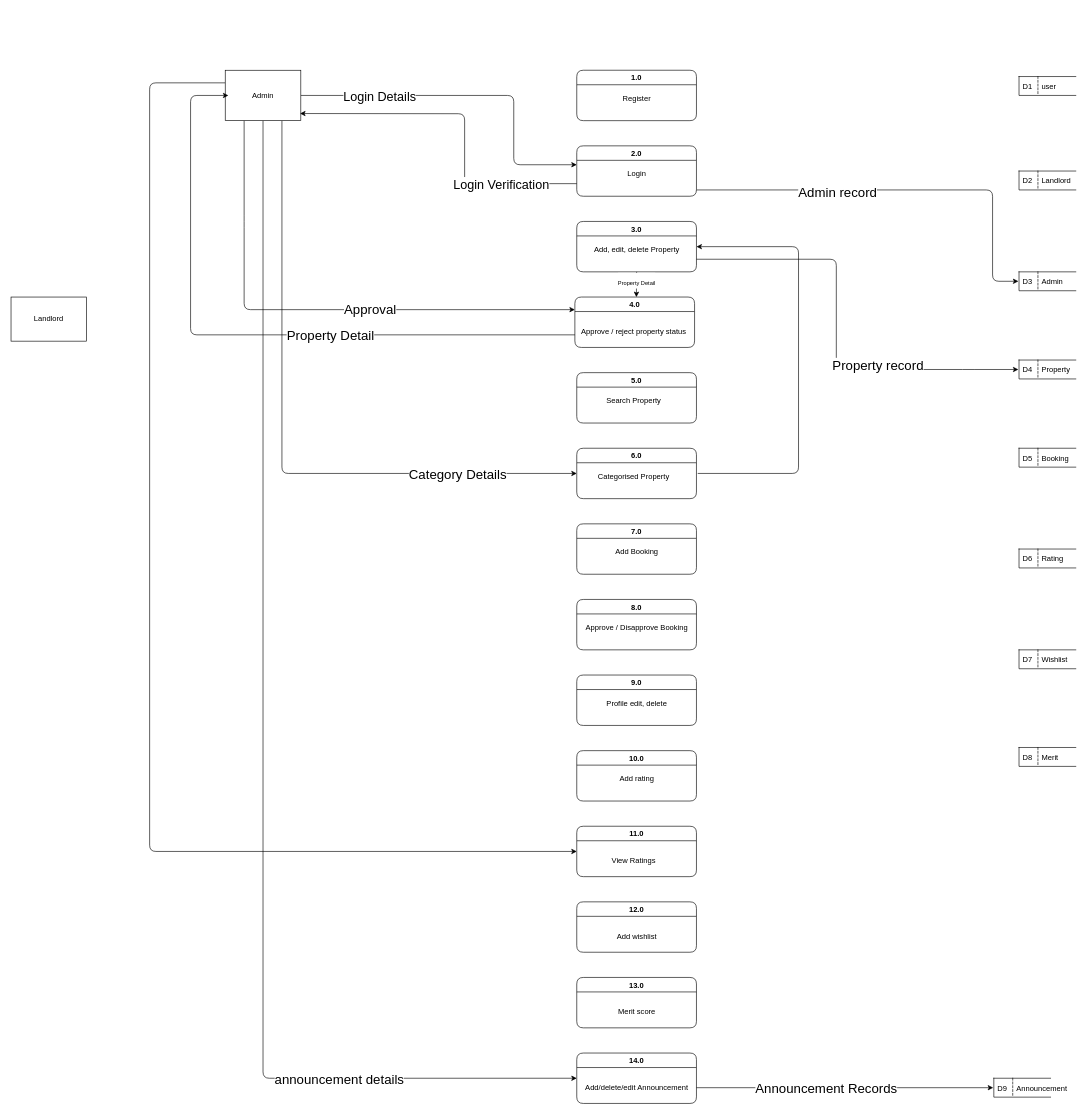
This is DFD FYP/DFD FYP.drawio from SNOW15782/Fyp, a draw.io file, before an edit. Source tidied: cells renumbered, new cells numbered last; positions are measured from the earlier drawing's top-left corner, leaving out a move shared by most shapes. Both pictures are drawn from the tidied source at 63%, with x=0, y=0 at pixel (11, 70).
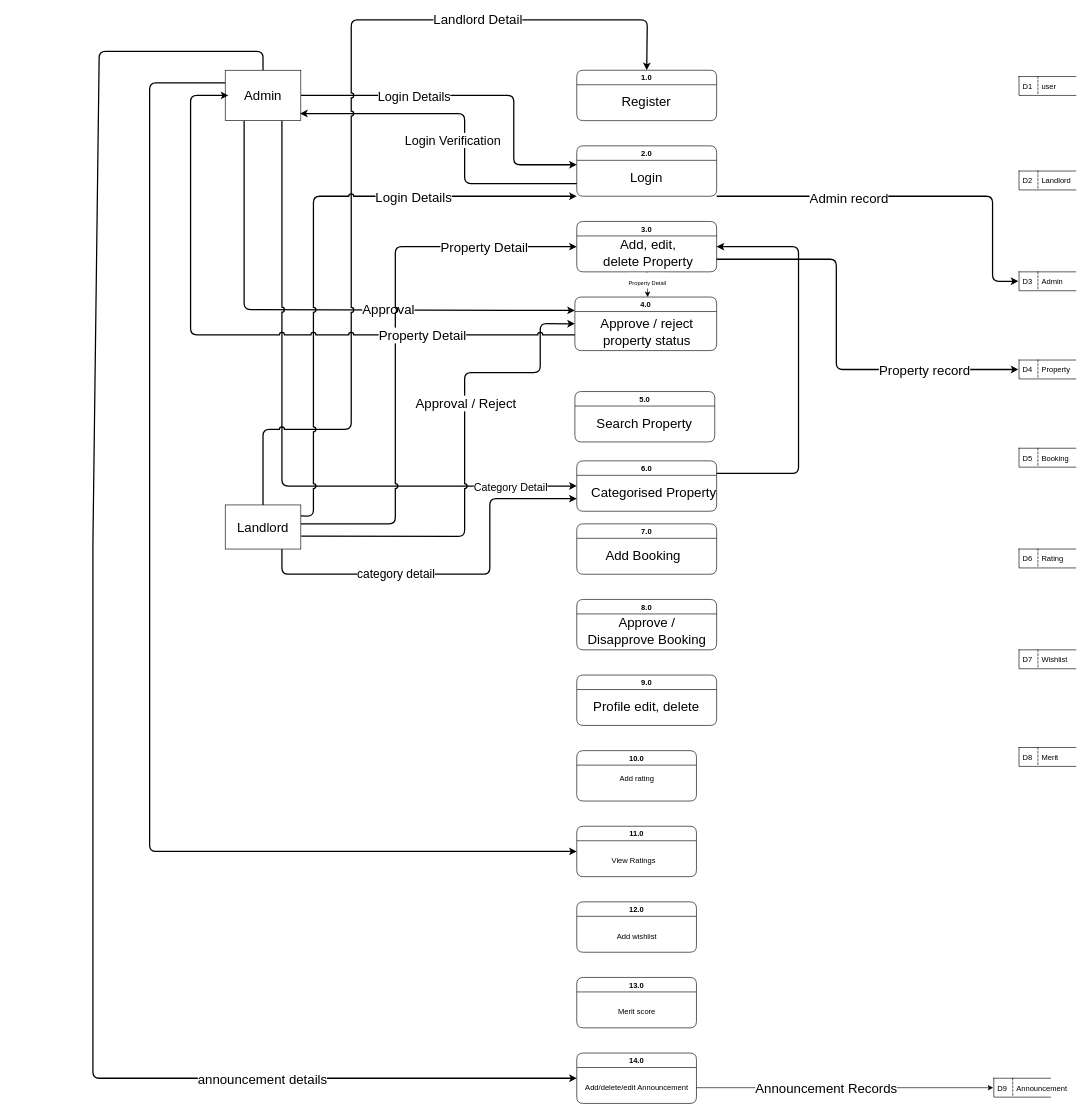
The same diagram, later.

The change refers to these unchanged cells:
```xml
<mxCell id="36" value="11.0" style="swimlane;startSize=23;rounded=1;" parent="1" vertex="1">
  <mxGeometry x="898" y="1200" width="190" height="80" as="geometry" />
</mxCell>
<mxCell id="50" value="14.0" style="swimlane;startSize=23;rounded=1;" parent="1" vertex="1">
  <mxGeometry x="898" y="1560" width="190" height="80" as="geometry" />
</mxCell>
<mxCell id="58" value="Admin" style="shape=partialRectangle;fillColor=none;align=left;verticalAlign=middle;strokeColor=default;spacingLeft=34;points=[[0,0.5],[1,0.5]];portConstraint=eastwest;strokeWidth=1;perimeterSpacing=1;right=0;" parent="1" vertex="1">
  <mxGeometry x="1600" y="320" width="90" height="30" as="geometry" />
</mxCell>
<mxCell id="60" value="Property" style="shape=partialRectangle;fillColor=none;align=left;verticalAlign=middle;strokeColor=default;spacingLeft=34;points=[[0,0.5],[1,0.5]];portConstraint=eastwest;strokeWidth=1;perimeterSpacing=1;right=0;" parent="1" vertex="1">
  <mxGeometry x="1600" y="460" width="90" height="30" as="geometry" />
</mxCell>
```

The edit, as a diff of the source:
```diff
@@
-    <mxCell id="2" style="edgeStyle=none;html=1;fontSize=20;exitX=1;exitY=0.5;exitDx=0;exitDy=0;" parent="1" edge="1" source="11">
+    <mxCell id="2" style="edgeStyle=none;html=1;fontSize=20;exitX=1;exitY=0.5;exitDx=0;exitDy=0;strokeWidth=2;" parent="1" edge="1" source="11">
       <mxGeometry relative="1" as="geometry">
         <mxPoint x="898" y="150" as="targetPoint" />
         <Array as="points">
           <mxPoint x="798" y="40" />
           <mxPoint x="798" y="150" />
         </Array>
       </mxGeometry>
     </mxCell>
     <mxCell id="3" value="&lt;font style=&quot;font-size: 20px;&quot;&gt;Login Details&lt;/font&gt;" style="edgeLabel;html=1;align=center;verticalAlign=middle;fontSize=20;" parent="2" vertex="1">
       <mxGeometry x="-0.48" y="3" relative="1" as="geometry">
-        <mxPoint x="-18" y="3" as="offset" />
+        <mxPoint x="37" y="3" as="offset" />
       </mxGeometry>
     </mxCell>
-    <mxCell id="4" style="edgeStyle=none;html=1;fontSize=21;exitX=0.25;exitY=1;exitDx=0;exitDy=0;entryX=0;entryY=0.25;entryDx=0;entryDy=0;" parent="1" edge="1" source="11" target="26">
+    <mxCell id="4" style="edgeStyle=none;html=1;fontSize=21;exitX=0.25;exitY=1;exitDx=0;exitDy=0;entryX=0;entryY=0.25;entryDx=0;entryDy=0;jumpStyle=arc;strokeWidth=2;" parent="1" edge="1" source="11" target="26">
       <mxGeometry relative="1" as="geometry">
         <Array as="points">
           <mxPoint x="370" y="240" />
           <mxPoint x="370" y="380" />
         </Array>
       </mxGeometry>
     </mxCell>
     <mxCell id="5" value="Approval" style="edgeLabel;html=1;align=center;verticalAlign=middle;fontSize=21;" parent="4" vertex="1">
-      <mxGeometry x="0.21" y="2" relative="1" as="geometry" />
+      <mxGeometry x="0.21" y="2" relative="1" as="geometry">
+        <mxPoint x="29" as="offset" />
+      </mxGeometry>
     </mxCell>
-    <mxCell id="6" style="edgeStyle=none;html=1;entryX=0;entryY=0.5;entryDx=0;entryDy=0;fontSize=21;exitX=0.5;exitY=1;exitDx=0;exitDy=0;" parent="1" edge="1" source="11" target="50">
+    <mxCell id="6" style="edgeStyle=none;html=1;entryX=0;entryY=0.5;entryDx=0;entryDy=0;fontSize=21;exitX=0.5;exitY=0;exitDx=0;exitDy=0;strokeWidth=2;" parent="1" edge="1" source="11" target="50">
       <mxGeometry relative="1" as="geometry">
         <Array as="points">
+          <mxPoint x="400" y="-30" />
+          <mxPoint x="140" y="-30" />
+          <mxPoint x="130" y="750" />
+          <mxPoint x="130" y="1600" />
           <mxPoint x="400" y="1600" />
         </Array>
       </mxGeometry>
     </mxCell>
@@
-    <mxCell id="8" style="edgeStyle=none;html=1;entryX=0;entryY=0.5;entryDx=0;entryDy=0;fontSize=21;" parent="1" edge="1" target="52">
+    <mxCell id="8" style="edgeStyle=none;html=1;entryX=0;entryY=0.5;entryDx=0;entryDy=0;fontSize=21;jumpStyle=arc;strokeWidth=2;" parent="1" edge="1" target="52">
       <mxGeometry relative="1" as="geometry">
         <mxPoint x="430" y="80" as="sourcePoint" />
         <Array as="points">
-          <mxPoint x="430" y="640" />
+          <mxPoint x="430" y="660" />
         </Array>
       </mxGeometry>
     </mxCell>
-    <mxCell id="9" value="Category Details" style="edgeLabel;html=1;align=center;verticalAlign=middle;fontSize=21;" parent="8" vertex="1">
-      <mxGeometry x="0.63" relative="1" as="geometry" />
+    <mxCell id="9" value="&lt;font style=&quot;font-size: 17px;&quot;&gt;Category Detail&lt;/font&gt;" style="edgeLabel;html=1;align=center;verticalAlign=middle;fontSize=21;" parent="8" vertex="1">
+      <mxGeometry x="0.63" relative="1" as="geometry">
+        <mxPoint x="88" as="offset" />
+      </mxGeometry>
     </mxCell>
-    <mxCell id="10" style="edgeStyle=none;html=1;entryX=0;entryY=0.5;entryDx=0;entryDy=0;fontSize=21;startArrow=none;startFill=0;endArrow=classic;endFill=1;exitX=0;exitY=0.25;exitDx=0;exitDy=0;" parent="1" edge="1" source="11" target="36">
+    <mxCell id="10" style="edgeStyle=none;html=1;entryX=0;entryY=0.5;entryDx=0;entryDy=0;fontSize=21;startArrow=none;startFill=0;endArrow=classic;endFill=1;exitX=0;exitY=0.25;exitDx=0;exitDy=0;strokeWidth=2;" parent="1" edge="1" source="11" target="36">
       <mxGeometry relative="1" as="geometry">
         <Array as="points">
           <mxPoint x="220" y="20" />
           <mxPoint x="220" y="1240" />
         </Array>
       </mxGeometry>
     </mxCell>
-    <mxCell id="11" value="Admin" style="rounded=0;whiteSpace=wrap;html=1;" parent="1" vertex="1">
+    <mxCell id="11" value="&lt;font style=&quot;font-size: 21px;&quot;&gt;Admin&lt;/font&gt;" style="rounded=0;whiteSpace=wrap;html=1;" parent="1" vertex="1">
       <mxGeometry x="340" width="120" height="80" as="geometry" />
     </mxCell>
     <mxCell id="12" value="1.0" style="swimlane;startSize=23;rounded=1;" parent="1" vertex="1">
-      <mxGeometry x="898" width="190" height="80" as="geometry" />
+      <mxGeometry x="898" width="222" height="80" as="geometry" />
     </mxCell>
-    <mxCell id="13" value="Register" style="text;html=1;align=center;verticalAlign=middle;strokeColor=none;fillColor=none;rotation=0;" parent="12" vertex="1">
-      <mxGeometry x="60" y="30" width="70" height="30" as="geometry" />
+    <mxCell id="13" value="&lt;font style=&quot;font-size: 21px;&quot;&gt;Register&lt;/font&gt;" style="text;html=1;align=center;verticalAlign=middle;strokeColor=none;fillColor=none;rotation=0;" parent="12" vertex="1">
+      <mxGeometry x="59.5" y="30" width="100" height="40" as="geometry" />
     </mxCell>
@@
-    <mxCell id="18" style="edgeStyle=none;html=1;entryX=0.99;entryY=0.859;entryDx=0;entryDy=0;fontSize=20;exitX=0;exitY=0.75;exitDx=0;exitDy=0;entryPerimeter=0;" parent="1" edge="1" source="20" target="11">
+    <mxCell id="18" style="edgeStyle=none;html=1;entryX=0.99;entryY=0.859;entryDx=0;entryDy=0;fontSize=20;exitX=0;exitY=0.75;exitDx=0;exitDy=0;entryPerimeter=0;strokeWidth=2;" parent="1" edge="1" source="20" target="11">
       <mxGeometry relative="1" as="geometry">
         <Array as="points">
           <mxPoint x="720" y="180" />
           <mxPoint x="720" y="69" />
         </Array>
       </mxGeometry>
     </mxCell>
     <mxCell id="19" value="Login Verification" style="edgeLabel;html=1;align=center;verticalAlign=middle;fontSize=20;" parent="18" vertex="1">
       <mxGeometry x="-0.53" y="-2" relative="1" as="geometry">
-        <mxPoint x="8" y="2" as="offset" />
+        <mxPoint x="-69" y="-68" as="offset" />
       </mxGeometry>
     </mxCell>
     <mxCell id="20" value="2.0" style="swimlane;startSize=23;rounded=1;" parent="1" vertex="1">
-      <mxGeometry x="898" y="120" width="190" height="80" as="geometry" />
+      <mxGeometry x="898" y="120" width="222" height="80" as="geometry" />
     </mxCell>
-    <mxCell id="21" value="Login" style="text;html=1;align=center;verticalAlign=middle;strokeColor=none;fillColor=none;rotation=0;" parent="20" vertex="1">
-      <mxGeometry x="70" y="30" width="50" height="30" as="geometry" />
+    <mxCell id="21" value="&lt;font style=&quot;font-size: 21px;&quot;&gt;Login&lt;/font&gt;" style="text;html=1;align=center;verticalAlign=middle;strokeColor=none;fillColor=none;rotation=0;" parent="20" vertex="1">
+      <mxGeometry x="74.5" y="30" width="70" height="40" as="geometry" />
     </mxCell>
-    <mxCell id="22" style="edgeStyle=none;html=1;entryX=0;entryY=0.5;entryDx=0;entryDy=0;fontSize=21;startArrow=none;startFill=0;endArrow=classic;endFill=1;exitX=1;exitY=0.75;exitDx=0;exitDy=0;" parent="1" edge="1" source="24" target="60">
+    <mxCell id="22" style="edgeStyle=none;html=1;entryX=0;entryY=0.5;entryDx=0;entryDy=0;fontSize=21;startArrow=none;startFill=0;endArrow=classic;endFill=1;exitX=1;exitY=0.75;exitDx=0;exitDy=0;strokeWidth=2;" parent="1" edge="1" source="24" target="60">
       <mxGeometry relative="1" as="geometry">
         <Array as="points">
           <mxPoint x="1310" y="300" />
           <mxPoint x="1310" y="475" />
           <mxPoint x="1520" y="475" />
         </Array>
       </mxGeometry>
     </mxCell>
     <mxCell id="23" value="Property record" style="edgeLabel;html=1;align=center;verticalAlign=middle;fontSize=21;" parent="22" vertex="1">
       <mxGeometry x="0.35" y="7" relative="1" as="geometry">
-        <mxPoint x="-1" as="offset" />
+        <mxPoint x="63" y="7" as="offset" />
       </mxGeometry>
     </mxCell>
     <mxCell id="24" value="3.0" style="swimlane;startSize=23;rounded=1;" parent="1" vertex="1">
-      <mxGeometry x="898" y="240" width="190" height="80" as="geometry" />
+      <mxGeometry x="898" y="240" width="222" height="80" as="geometry" />
     </mxCell>
-    <mxCell id="25" value="Add, edit, delete Property" style="text;html=1;align=center;verticalAlign=middle;strokeColor=none;fillColor=none;rotation=0;" parent="24" vertex="1">
-      <mxGeometry x="15" y="30" width="160" height="30" as="geometry" />
+    <mxCell id="25" value="&lt;font style=&quot;font-size: 21px;&quot;&gt;Add, edit, &lt;br&gt;delete Property&lt;/font&gt;" style="text;html=1;align=center;verticalAlign=middle;strokeColor=none;fillColor=none;rotation=0;" parent="24" vertex="1">
+      <mxGeometry x="27.5" y="20" width="170" height="60" as="geometry" />
     </mxCell>
     <mxCell id="26" value="4.0" style="swimlane;startSize=23;rounded=1;" parent="1" vertex="1">
-      <mxGeometry x="895" y="360" width="190" height="80" as="geometry" />
+      <mxGeometry x="895" y="360" width="225" height="85" as="geometry" />
     </mxCell>
-    <mxCell id="27" value="Approve / reject property status" style="text;html=1;align=center;verticalAlign=middle;strokeColor=none;fillColor=none;rotation=0;" parent="26" vertex="1">
-      <mxGeometry x="-2" y="40" width="190" height="30" as="geometry" />
+    <mxCell id="27" value="&lt;font style=&quot;font-size: 21px;&quot;&gt;Approve / reject &lt;br&gt;property status&lt;/font&gt;" style="text;html=1;align=center;verticalAlign=middle;strokeColor=none;fillColor=none;rotation=0;" parent="26" vertex="1">
+      <mxGeometry x="29" y="25" width="170" height="60" as="geometry" />
     </mxCell>
     <mxCell id="28" value="5.0" style="swimlane;startSize=23;rounded=1;" parent="1" vertex="1">
-      <mxGeometry x="898" y="480" width="190" height="80" as="geometry" />
+      <mxGeometry x="895" y="510" width="222" height="80" as="geometry" />
     </mxCell>
-    <mxCell id="29" value="Search Property" style="text;html=1;align=center;verticalAlign=middle;strokeColor=none;fillColor=none;rotation=0;" parent="28" vertex="1">
-      <mxGeometry x="35" y="30" width="110" height="30" as="geometry" />
+    <mxCell id="29" value="&lt;font style=&quot;font-size: 21px;&quot;&gt;Search Property&lt;/font&gt;" style="text;html=1;align=center;verticalAlign=middle;strokeColor=none;fillColor=none;rotation=0;" parent="28" vertex="1">
+      <mxGeometry x="19.5" y="30" width="180" height="40" as="geometry" />
     </mxCell>
     <mxCell id="30" value="8.0" style="swimlane;startSize=23;rounded=1;" parent="1" vertex="1">
-      <mxGeometry x="898" y="840" width="190" height="80" as="geometry" />
+      <mxGeometry x="898" y="840" width="222" height="80" as="geometry" />
     </mxCell>
-    <mxCell id="31" value="Approve / Disapprove Booking" style="text;html=1;align=center;verticalAlign=middle;strokeColor=none;fillColor=none;rotation=0;" parent="30" vertex="1">
-      <mxGeometry y="30" width="190" height="30" as="geometry" />
+    <mxCell id="31" value="&lt;font style=&quot;font-size: 21px;&quot;&gt;Approve / &lt;br&gt;Disapprove Booking&lt;/font&gt;" style="text;html=1;align=center;verticalAlign=middle;strokeColor=none;fillColor=none;rotation=0;" parent="30" vertex="1">
+      <mxGeometry x="6" y="20" width="210" height="60" as="geometry" />
     </mxCell>
     <mxCell id="32" value="9.0" style="swimlane;startSize=23;rounded=1;" parent="1" vertex="1">
-      <mxGeometry x="898" y="960" width="190" height="80" as="geometry" />
+      <mxGeometry x="898" y="960" width="222" height="80" as="geometry" />
     </mxCell>
-    <mxCell id="33" value="Profile edit, delete" style="text;html=1;align=center;verticalAlign=middle;strokeColor=none;fillColor=none;rotation=0;" parent="32" vertex="1">
-      <mxGeometry x="35" y="30" width="120" height="30" as="geometry" />
+    <mxCell id="33" value="&lt;font style=&quot;font-size: 21px;&quot;&gt;Profile edit, delete&lt;/font&gt;" style="text;html=1;align=center;verticalAlign=middle;strokeColor=none;fillColor=none;rotation=0;" parent="32" vertex="1">
+      <mxGeometry x="14.5" y="30" width="190" height="40" as="geometry" />
     </mxCell>
@@
     <mxCell id="52" value="6.0" style="swimlane;startSize=23;rounded=1;" parent="1" vertex="1">
-      <mxGeometry x="898" y="600" width="190" height="80" as="geometry" />
+      <mxGeometry x="898" y="620" width="222" height="80" as="geometry" />
     </mxCell>
-    <mxCell id="53" value="Categorised Property" style="text;html=1;align=center;verticalAlign=middle;strokeColor=none;fillColor=none;rotation=0;" parent="52" vertex="1">
-      <mxGeometry x="20" y="30" width="140" height="30" as="geometry" />
+    <mxCell id="53" value="&lt;font style=&quot;font-size: 21px;&quot;&gt;Categorised Property&lt;/font&gt;" style="text;html=1;align=center;verticalAlign=middle;strokeColor=none;fillColor=none;rotation=0;" parent="52" vertex="1">
+      <mxGeometry x="12" y="30" width="220" height="40" as="geometry" />
     </mxCell>
     <mxCell id="54" value="7.0" style="swimlane;startSize=23;rounded=1;" parent="1" vertex="1">
-      <mxGeometry x="898" y="720" width="190" height="80" as="geometry" />
+      <mxGeometry x="898" y="720" width="222" height="80" as="geometry" />
     </mxCell>
-    <mxCell id="55" value="Add Booking" style="text;html=1;align=center;verticalAlign=middle;strokeColor=none;fillColor=none;rotation=0;" parent="54" vertex="1">
-      <mxGeometry x="50" y="30" width="90" height="30" as="geometry" />
+    <mxCell id="55" value="&lt;font style=&quot;font-size: 21px;&quot;&gt;Add Booking&lt;/font&gt;" style="text;html=1;align=center;verticalAlign=middle;strokeColor=none;fillColor=none;rotation=0;" parent="54" vertex="1">
+      <mxGeometry x="35" y="30" width="140" height="40" as="geometry" />
     </mxCell>
-    <mxCell id="56" style="edgeStyle=none;html=1;exitX=0;exitY=0.5;exitDx=0;exitDy=0;startArrow=classic;startFill=1;endArrow=none;endFill=0;" parent="1" edge="1" source="58">
+    <mxCell id="56" style="edgeStyle=none;html=1;exitX=0;exitY=0.5;exitDx=0;exitDy=0;startArrow=classic;startFill=1;endArrow=none;endFill=0;entryX=1;entryY=1;entryDx=0;entryDy=0;strokeWidth=2;" parent="1" edge="1" source="58" target="20">
       <mxGeometry relative="1" as="geometry">
-        <mxPoint x="1088" y="190" as="targetPoint" />
         <Array as="points">
           <mxPoint x="1558" y="335" />
-          <mxPoint x="1558" y="190" />
+          <mxPoint x="1558" y="200" />
         </Array>
       </mxGeometry>
     </mxCell>
@@
+    <mxCell id="72" style="edgeStyle=none;html=1;entryX=0.5;entryY=0;entryDx=0;entryDy=0;exitX=0.5;exitY=0;exitDx=0;exitDy=0;jumpStyle=arc;strokeWidth=2;" parent="1" edge="1" source="64" target="12">
+      <mxGeometry relative="1" as="geometry">
+        <Array as="points">
+          <mxPoint x="400" y="570" />
+          <mxPoint x="540" y="570" />
+          <mxPoint x="540" y="-80" />
+          <mxPoint x="1010" y="-80" />
+        </Array>
+      </mxGeometry>
+    </mxCell>
+    <mxCell id="73" value="&lt;font style=&quot;font-size: 21px;&quot;&gt;Landlord Detail&lt;/font&gt;" style="edgeLabel;html=1;align=center;verticalAlign=middle;" parent="72" vertex="1">
+      <mxGeometry x="0.52" y="2" relative="1" as="geometry" />
+    </mxCell>
+    <mxCell id="74" style="edgeStyle=none;jumpStyle=arc;html=1;entryX=0;entryY=1;entryDx=0;entryDy=0;fontSize=21;exitX=1;exitY=0.25;exitDx=0;exitDy=0;strokeWidth=2;" parent="1" edge="1" source="64" target="20">
+      <mxGeometry relative="1" as="geometry">
+        <Array as="points">
+          <mxPoint x="480" y="708" />
+          <mxPoint x="480" y="200" />
+        </Array>
+      </mxGeometry>
+    </mxCell>
+    <mxCell id="75" value="Login Details" style="edgeLabel;html=1;align=center;verticalAlign=middle;fontSize=21;" parent="74" vertex="1">
+      <mxGeometry x="0.38" y="-1" relative="1" as="geometry">
+        <mxPoint x="34" y="-1" as="offset" />
+      </mxGeometry>
+    </mxCell>
+    <mxCell id="76" style="edgeStyle=none;jumpStyle=arc;html=1;entryX=0;entryY=0.5;entryDx=0;entryDy=0;strokeWidth=2;fontSize=21;exitX=1.002;exitY=0.429;exitDx=0;exitDy=0;exitPerimeter=0;" parent="1" edge="1" source="64" target="24">
+      <mxGeometry relative="1" as="geometry">
+        <Array as="points">
+          <mxPoint x="610" y="720" />
+          <mxPoint x="610" y="280" />
+        </Array>
+      </mxGeometry>
+    </mxCell>
+    <mxCell id="77" value="Property Detail" style="edgeLabel;html=1;align=center;verticalAlign=middle;fontSize=21;" parent="76" vertex="1">
+      <mxGeometry x="0.56" y="-3" relative="1" as="geometry">
+        <mxPoint x="45" y="-3" as="offset" />
+      </mxGeometry>
+    </mxCell>
+    <mxCell id="78" style="edgeStyle=none;jumpStyle=arc;html=1;strokeWidth=2;fontSize=21;exitX=1.005;exitY=0.705;exitDx=0;exitDy=0;entryX=0;entryY=0.5;entryDx=0;entryDy=0;exitPerimeter=0;" parent="1" edge="1" source="64" target="26">
+      <mxGeometry relative="1" as="geometry">
+        <Array as="points">
+          <mxPoint x="720" y="740" />
+          <mxPoint x="720" y="480" />
+          <mxPoint x="840" y="480" />
+          <mxPoint x="840" y="402" />
+        </Array>
+      </mxGeometry>
+    </mxCell>
+    <mxCell id="79" value="Approval / Reject" style="edgeLabel;html=1;align=center;verticalAlign=middle;fontSize=21;" parent="78" vertex="1">
+      <mxGeometry x="0.31" y="-1" relative="1" as="geometry">
+        <mxPoint y="35" as="offset" />
+      </mxGeometry>
+    </mxCell>
+    <mxCell id="80" style="edgeStyle=none;jumpStyle=arc;html=1;strokeWidth=2;fontSize=21;entryX=0;entryY=0.75;entryDx=0;entryDy=0;exitX=0.75;exitY=1;exitDx=0;exitDy=0;" parent="1" edge="1" source="64" target="52">
+      <mxGeometry relative="1" as="geometry">
+        <Array as="points">
+          <mxPoint x="430" y="800" />
+          <mxPoint x="760" y="800" />
+          <mxPoint x="760" y="680" />
+        </Array>
+      </mxGeometry>
+    </mxCell>
+    <mxCell id="81" value="&lt;font style=&quot;font-size: 19px;&quot;&gt;category detail&lt;/font&gt;" style="edgeLabel;html=1;align=center;verticalAlign=middle;fontSize=14;" parent="80" vertex="1">
+      <mxGeometry x="0.35" y="-1" relative="1" as="geometry">
+        <mxPoint x="-151" y="54" as="offset" />
+      </mxGeometry>
+    </mxCell>
-    <mxCell id="64" value="Landlord" style="rounded=0;whiteSpace=wrap;html=1;" parent="1" vertex="1">
-      <mxGeometry y="360" width="120" height="70" as="geometry" />
+    <mxCell id="64" value="&lt;font style=&quot;font-size: 21px;&quot;&gt;Landlord&lt;/font&gt;" style="rounded=0;whiteSpace=wrap;html=1;" parent="1" vertex="1">
+      <mxGeometry x="340" y="690" width="120" height="70" as="geometry" />
     </mxCell>
@@
-    <mxCell id="67" style="edgeStyle=none;html=1;entryX=1;entryY=0.5;entryDx=0;entryDy=0;fontSize=21;startArrow=none;startFill=0;endArrow=classic;endFill=1;" parent="1" edge="1" target="24">
+    <mxCell id="67" style="edgeStyle=none;html=1;entryX=1;entryY=0.5;entryDx=0;entryDy=0;fontSize=21;startArrow=none;startFill=0;endArrow=classic;endFill=1;strokeWidth=2;" parent="1" edge="1" target="24">
       <mxGeometry relative="1" as="geometry">
-        <mxPoint x="1090" y="640" as="sourcePoint" />
+        <mxPoint x="1120" y="640" as="sourcePoint" />
         <Array as="points">
           <mxPoint x="1250" y="640" />
           <mxPoint x="1250" y="280" />
         </Array>
       </mxGeometry>
     </mxCell>
@@
-    <mxCell id="70" style="edgeStyle=none;html=1;entryX=0;entryY=0.5;entryDx=0;entryDy=0;fontSize=21;startArrow=none;startFill=0;endArrow=classic;endFill=1;" parent="1" edge="1">
+    <mxCell id="70" style="edgeStyle=none;html=1;entryX=0;entryY=0.5;entryDx=0;entryDy=0;fontSize=21;startArrow=none;startFill=0;endArrow=classic;endFill=1;jumpStyle=arc;strokeWidth=2;" parent="1" edge="1">
       <mxGeometry relative="1" as="geometry">
         <mxPoint x="895" y="420" as="sourcePoint" />
         <mxPoint x="345" y="40" as="targetPoint" />
         <Array as="points">
           <mxPoint x="285" y="420" />
           <mxPoint x="285" y="40" />
         </Array>
       </mxGeometry>
     </mxCell>
     <mxCell id="71" value="&lt;font style=&quot;font-size: 21px;&quot;&gt;Property Detail&lt;/font&gt;" style="edgeLabel;html=1;align=center;verticalAlign=middle;fontSize=9;" parent="70" vertex="1">
-      <mxGeometry x="-0.26" relative="1" as="geometry" />
+      <mxGeometry x="-0.26" relative="1" as="geometry">
+        <mxPoint x="146" as="offset" />
+      </mxGeometry>
     </mxCell>
```
